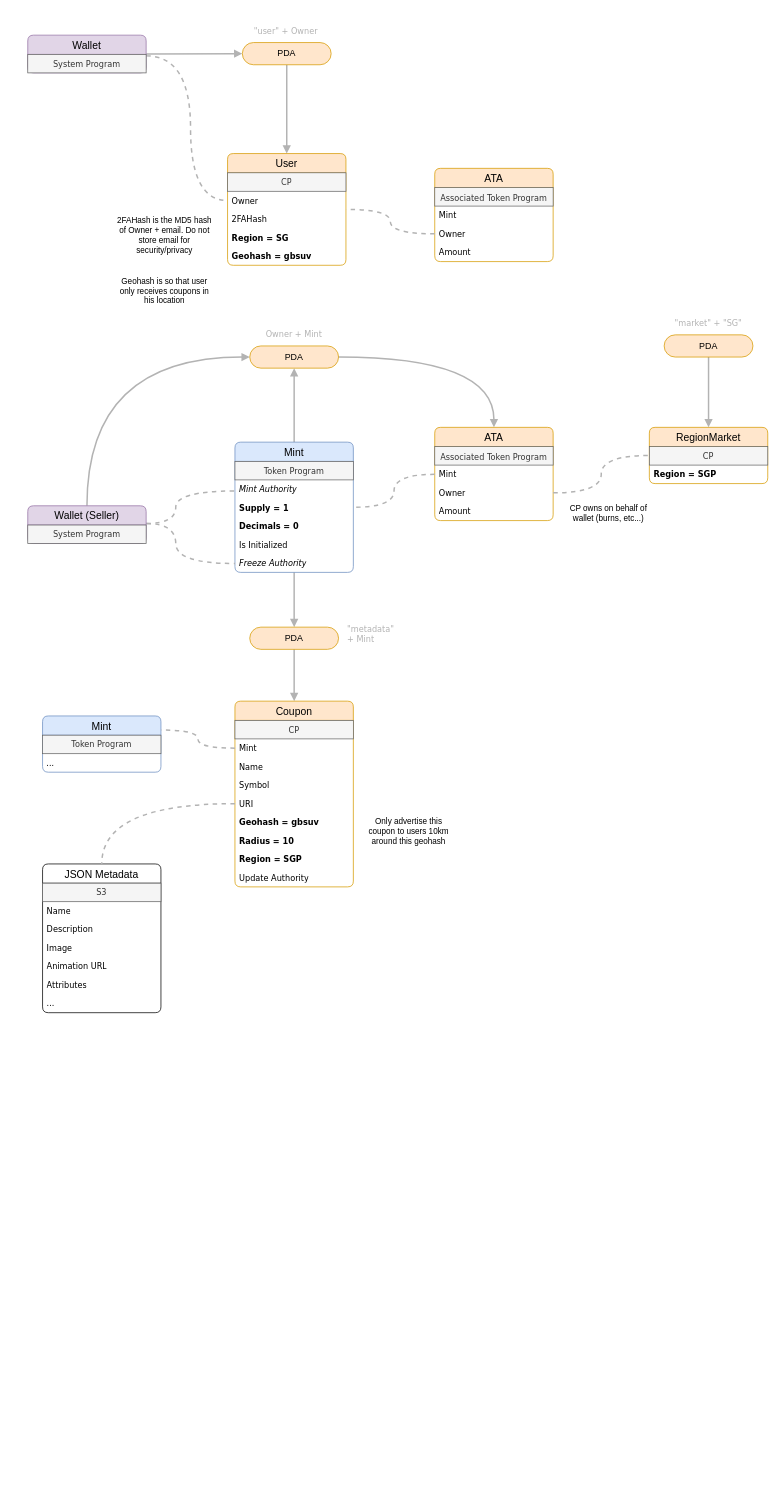
This is docs/rfcs/accounts.drawio from HMXHIU/christmas, a draw.io file, before an edit. Source tidied: cells renumbered, new cells numbered last; positions are measured from the earlier drawing's top-left corner, leaving out a move shared by most shapes. Both pictures are drawn from the tidied source at 74%, with x=0, y=0 at pixel (27, 20).
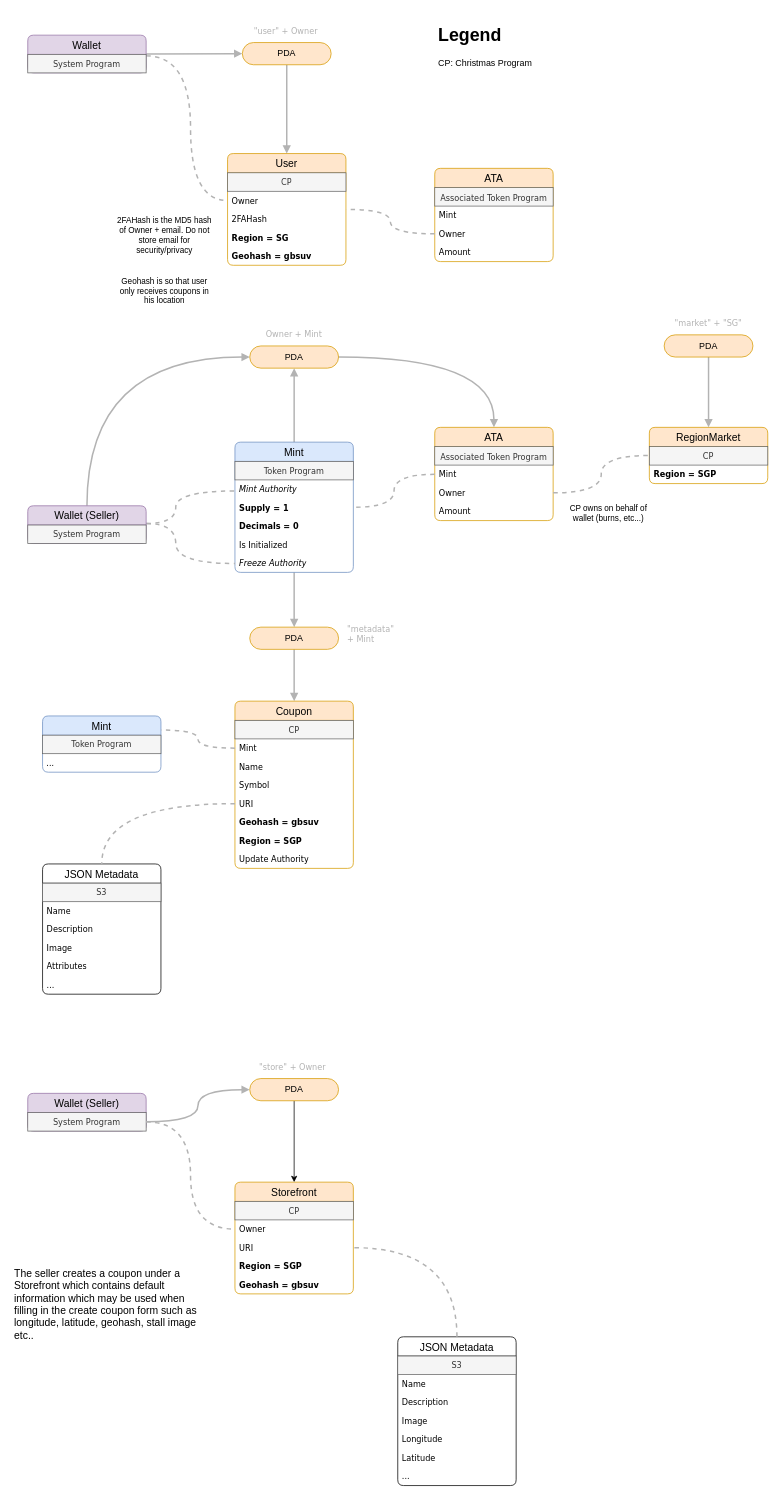
The same diagram, later.

Commit message (it also covers changes not shown here):
CP-005-19: Add Store account

Diff of the diagram source:
```diff
@@
     <mxCell id="48" value="Coupon" style="swimlane;fontStyle=0;horizontal=1;startSize=26;align=center;fontSize=14;fillColor=#ffe6cc;strokeColor=#d79b00;arcSize=10;rounded=1;fontColor=#000000;" parent="1" vertex="1">
-      <mxGeometry x="280" y="920" width="160" height="251" as="geometry" />
+      <mxGeometry x="280" y="920" width="160" height="226" as="geometry" />
     </mxCell>
@@
-    <mxCell id="55" value="&lt;b&gt;Radius = 10&amp;nbsp;&lt;/b&gt;" style="text;spacingLeft=4;spacingRight=4;overflow=hidden;fontSize=11;whiteSpace=wrap;html=1;align=left;fontFamily=Verdana;" parent="48" vertex="1">
-      <mxGeometry y="176" width="160" height="25" as="geometry" />
-    </mxCell>
     <mxCell id="56" value="&lt;span style=&quot;font-size: 11px;&quot;&gt;&lt;b&gt;Region = SGP&lt;/b&gt;&lt;/span&gt;" style="text;spacingLeft=4;spacingRight=4;overflow=hidden;fontSize=11;whiteSpace=wrap;html=1;align=left;fontFamily=Verdana;" parent="48" vertex="1">
-      <mxGeometry y="201" width="160" height="25" as="geometry" />
+      <mxGeometry y="176" width="160" height="25" as="geometry" />
     </mxCell>
     <mxCell id="57" value="&lt;span style=&quot;font-size: 11px;&quot;&gt;Update Authority&lt;/span&gt;" style="text;spacingLeft=4;spacingRight=4;overflow=hidden;fontSize=11;whiteSpace=wrap;html=1;align=left;fontFamily=Verdana;" parent="48" vertex="1">
-      <mxGeometry y="226" width="160" height="25" as="geometry" />
+      <mxGeometry y="201" width="160" height="25" as="geometry" />
     </mxCell>
@@
-    <mxCell id="64" value="Only advertise this coupon to users 10km around this geohash" style="text;html=1;strokeColor=none;fillColor=none;align=center;verticalAlign=middle;whiteSpace=wrap;rounded=0;fontSize=11;fontFamily=Helvetica;fontColor=default;" parent="1" vertex="1">
-      <mxGeometry x="450" y="1070" width="130" height="51" as="geometry" />
-    </mxCell>
     <mxCell id="65" value="JSON Metadata" style="swimlane;fontStyle=0;horizontal=1;startSize=26;align=center;fontSize=14;arcSize=10;rounded=1;" parent="1" vertex="1">
-      <mxGeometry x="20" y="1140" width="160" height="201" as="geometry" />
+      <mxGeometry x="20" y="1140" width="160" height="176" as="geometry" />
     </mxCell>
@@
-    <mxCell id="70" value="&lt;span style=&quot;font-size: 11px;&quot;&gt;Animation URL&lt;/span&gt;" style="text;spacingLeft=4;spacingRight=4;overflow=hidden;fontSize=11;whiteSpace=wrap;html=1;align=left;fontFamily=Verdana;" parent="65" vertex="1">
-      <mxGeometry y="126" width="160" height="25" as="geometry" />
-    </mxCell>
     <mxCell id="71" value="Attributes" style="text;spacingLeft=4;spacingRight=4;overflow=hidden;fontSize=11;whiteSpace=wrap;html=1;align=left;fontFamily=Verdana;" parent="65" vertex="1">
-      <mxGeometry y="151" width="160" height="25" as="geometry" />
+      <mxGeometry y="126" width="160" height="25" as="geometry" />
     </mxCell>
     <mxCell id="72" value="..." style="text;spacingLeft=4;spacingRight=4;overflow=hidden;fontSize=11;whiteSpace=wrap;html=1;align=left;fontFamily=Verdana;" parent="65" vertex="1">
-      <mxGeometry y="176" width="160" height="25" as="geometry" />
+      <mxGeometry y="151" width="160" height="25" as="geometry" />
     </mxCell>
@@
+    <mxCell id="81" value="&lt;h1&gt;Legend&lt;/h1&gt;&lt;p&gt;CP: Christmas Program&lt;/p&gt;" style="text;html=1;strokeColor=none;fillColor=none;spacing=5;spacingTop=-20;whiteSpace=wrap;overflow=hidden;rounded=0;" parent="1" vertex="1">
+      <mxGeometry x="550" width="190" height="120" as="geometry" />
+    </mxCell>
+    <mxCell id="82" value="Storefront" style="swimlane;fontStyle=0;horizontal=1;startSize=26;align=center;fontSize=14;fillColor=#ffe6cc;strokeColor=#d79b00;arcSize=10;rounded=1;fontColor=#000000;" parent="1" vertex="1">
+      <mxGeometry x="280" y="1570" width="160" height="151" as="geometry" />
+    </mxCell>
+    <mxCell id="83" value="CP" style="text;strokeColor=#666666;fillColor=#f5f5f5;spacingLeft=4;spacingRight=4;overflow=hidden;fontSize=11;whiteSpace=wrap;html=1;align=center;fontFamily=Verdana;fontColor=#333333;" parent="82" vertex="1">
+      <mxGeometry y="26" width="160" height="25" as="geometry" />
+    </mxCell>
+    <mxCell id="84" value="Owner" style="text;spacingLeft=4;spacingRight=4;overflow=hidden;points=[[0,0.5],[1,0.5]];portConstraint=eastwest;fontSize=11;whiteSpace=wrap;html=1;align=left;fontFamily=Verdana;" parent="82" vertex="1">
+      <mxGeometry y="51" width="160" height="25" as="geometry" />
+    </mxCell>
+    <mxCell id="85" value="URI" style="text;spacingLeft=4;spacingRight=4;overflow=hidden;points=[[0,0.5],[1,0.5]];portConstraint=eastwest;fontSize=11;whiteSpace=wrap;html=1;align=left;fontFamily=Verdana;" parent="82" vertex="1">
+      <mxGeometry y="76" width="160" height="25" as="geometry" />
+    </mxCell>
+    <mxCell id="86" value="Region = SGP" style="text;spacingLeft=4;spacingRight=4;overflow=hidden;fontSize=11;whiteSpace=wrap;html=1;align=left;fontFamily=Verdana;fontStyle=1;" parent="82" vertex="1">
+      <mxGeometry y="101" width="160" height="25" as="geometry" />
+    </mxCell>
+    <mxCell id="87" value="Geohash = gbsuv" style="text;spacingLeft=4;spacingRight=4;overflow=hidden;fontSize=11;whiteSpace=wrap;html=1;align=left;fontFamily=Verdana;fontStyle=1;" parent="82" vertex="1">
+      <mxGeometry y="126" width="160" height="25" as="geometry" />
+    </mxCell>
+    <mxCell id="88" value="JSON Metadata" style="swimlane;fontStyle=0;horizontal=1;startSize=26;align=center;fontSize=14;arcSize=10;rounded=1;" parent="1" vertex="1">
+      <mxGeometry x="500" y="1779" width="160" height="201" as="geometry" />
+    </mxCell>
+    <mxCell id="89" value="S3" style="text;strokeColor=#666666;fillColor=#f5f5f5;spacingLeft=4;spacingRight=4;overflow=hidden;fontSize=11;whiteSpace=wrap;html=1;align=center;fontFamily=Verdana;fontColor=#333333;" parent="88" vertex="1">
+      <mxGeometry y="26" width="160" height="25" as="geometry" />
+    </mxCell>
+    <mxCell id="90" value="&lt;span style=&quot;font-style: normal;&quot;&gt;Name&lt;/span&gt;" style="text;spacingLeft=4;spacingRight=4;overflow=hidden;fontSize=11;whiteSpace=wrap;html=1;align=left;fontFamily=Verdana;fontStyle=2;" parent="88" vertex="1">
+      <mxGeometry y="51" width="160" height="25" as="geometry" />
+    </mxCell>
+    <mxCell id="91" value="&lt;span style=&quot;font-size: 11px;&quot;&gt;Description&lt;/span&gt;" style="text;spacingLeft=4;spacingRight=4;overflow=hidden;fontSize=11;whiteSpace=wrap;html=1;align=left;fontFamily=Verdana;" parent="88" vertex="1">
+      <mxGeometry y="76" width="160" height="25" as="geometry" />
+    </mxCell>
+    <mxCell id="92" value="&lt;span style=&quot;font-size: 11px;&quot;&gt;Image&lt;/span&gt;" style="text;spacingLeft=4;spacingRight=4;overflow=hidden;fontSize=11;whiteSpace=wrap;html=1;align=left;fontFamily=Verdana;" parent="88" vertex="1">
+      <mxGeometry y="101" width="160" height="25" as="geometry" />
+    </mxCell>
+    <mxCell id="93" value="Longitude" style="text;spacingLeft=4;spacingRight=4;overflow=hidden;fontSize=11;whiteSpace=wrap;html=1;align=left;fontFamily=Verdana;" parent="88" vertex="1">
+      <mxGeometry y="126" width="160" height="25" as="geometry" />
+    </mxCell>
+    <mxCell id="94" value="Latitude" style="text;spacingLeft=4;spacingRight=4;overflow=hidden;fontSize=11;whiteSpace=wrap;html=1;align=left;fontFamily=Verdana;" parent="88" vertex="1">
+      <mxGeometry y="151" width="160" height="25" as="geometry" />
+    </mxCell>
+    <mxCell id="95" value="..." style="text;spacingLeft=4;spacingRight=4;overflow=hidden;fontSize=11;whiteSpace=wrap;html=1;align=left;fontFamily=Verdana;" parent="88" vertex="1">
+      <mxGeometry y="176" width="160" height="25" as="geometry" />
+    </mxCell>
+    <mxCell id="96" style="edgeStyle=orthogonalEdgeStyle;jettySize=auto;html=1;entryX=1;entryY=0.5;entryDx=0;entryDy=0;endArrow=none;strokeColor=#B3B3B3;dashed=1;strokeWidth=2;endFill=0;curved=1;exitX=0.5;exitY=0;exitDx=0;exitDy=0;" parent="1" edge="1" source="88" target="85">
+      <mxGeometry relative="1" as="geometry" />
+    </mxCell>
+    <mxCell id="97" value="Wallet (Seller)" style="swimlane;fontStyle=0;horizontal=1;startSize=26;align=center;fontSize=14;fillColor=#e1d5e7;strokeColor=#9673a6;arcSize=10;rounded=1;fontColor=#000000;" parent="1" vertex="1">
+      <mxGeometry y="1450" width="160" height="51" as="geometry" />
+    </mxCell>
+    <mxCell id="98" value="System Program" style="text;strokeColor=#666666;fillColor=#f5f5f5;spacingLeft=4;spacingRight=4;overflow=hidden;points=[[0,0.5],[1,0.5]];portConstraint=eastwest;fontSize=11;whiteSpace=wrap;html=1;align=center;fontFamily=Verdana;fontColor=#333333;" parent="97" vertex="1">
+      <mxGeometry y="26" width="160" height="25" as="geometry" />
+    </mxCell>
+    <mxCell id="99" style="edgeStyle=orthogonalEdgeStyle;jettySize=auto;html=1;entryX=0;entryY=0.5;entryDx=0;entryDy=0;curved=1;arcSize=20;endArrow=none;endFill=0;dashed=1;strokeWidth=2;strokeColor=#B3B3B3;exitX=1;exitY=0.5;exitDx=0;exitDy=0;" parent="1" edge="1" source="98" target="84">
+      <mxGeometry relative="1" as="geometry" />
+    </mxCell>
+    <mxCell id="100" style="edgeStyle=orthogonalEdgeStyle;rounded=0;jettySize=auto;html=1;entryX=0.5;entryY=0;entryDx=0;entryDy=0;" parent="1" edge="1" source="101" target="82">
+      <mxGeometry relative="1" as="geometry" />
+    </mxCell>
+    <mxCell id="101" value="&lt;font color=&quot;#000000&quot;&gt;PDA&lt;/font&gt;" style="rounded=1;whiteSpace=wrap;html=1;arcSize=50;absoluteArcSize=0;fillColor=#ffe6cc;strokeColor=#d79b00;" parent="1" vertex="1">
+      <mxGeometry x="300" y="1430" width="120" height="30" as="geometry" />
+    </mxCell>
+    <mxCell id="102" value="&quot;store&quot; + Owner" style="text;html=1;strokeColor=none;fillColor=none;align=center;verticalAlign=middle;whiteSpace=wrap;rounded=0;fontFamily=Verdana;fontColor=#B3B3B3;fontStyle=0;fontSize=11;" parent="1" vertex="1">
+      <mxGeometry x="310" y="1400" width="96" height="30" as="geometry" />
+    </mxCell>
+    <mxCell id="103" style="edgeStyle=orthogonalEdgeStyle;jettySize=auto;html=1;entryX=0;entryY=0.5;entryDx=0;entryDy=0;endArrow=block;endFill=1;strokeWidth=2;strokeColor=#B3B3B3;curved=1;exitX=1;exitY=0.75;exitDx=0;exitDy=0;" parent="1" edge="1" source="97" target="101">
+      <mxGeometry relative="1" as="geometry" />
+    </mxCell>
+    <mxCell id="104" value="&lt;font style=&quot;font-size: 14px;&quot;&gt;The seller creates a coupon under a Storefront which contains default information which may be used when filling in the create coupon form such as longitude, latitude, geohash, stall image etc..&lt;/font&gt;" style="text;html=1;strokeColor=none;fillColor=none;align=left;verticalAlign=middle;whiteSpace=wrap;rounded=0;fontSize=11;fontFamily=Helvetica;fontColor=default;" parent="1" vertex="1">
+      <mxGeometry x="-20" y="1670" width="250" height="130" as="geometry" />
+    </mxCell>
```
